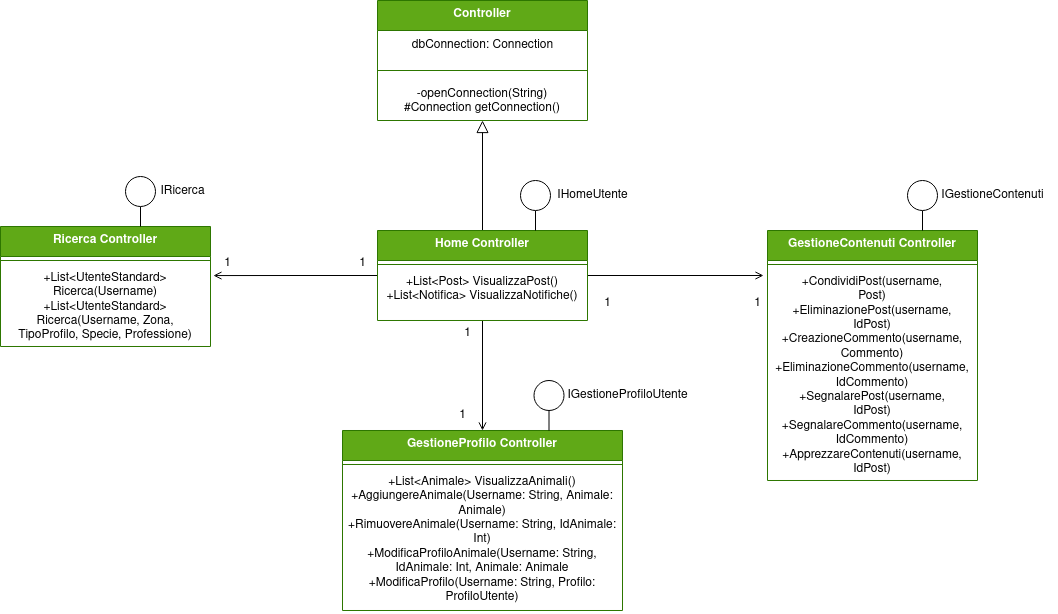
The draw.io diagram Controller-Estesi/GestioneUtente Dettaglio.drawio.png in Iannicc/Pet-Party, before a commit. Source tidied: cells renumbered, new cells last; positions are measured from the earlier drawing's top-left corner, leaving out a move shared by most shapes.
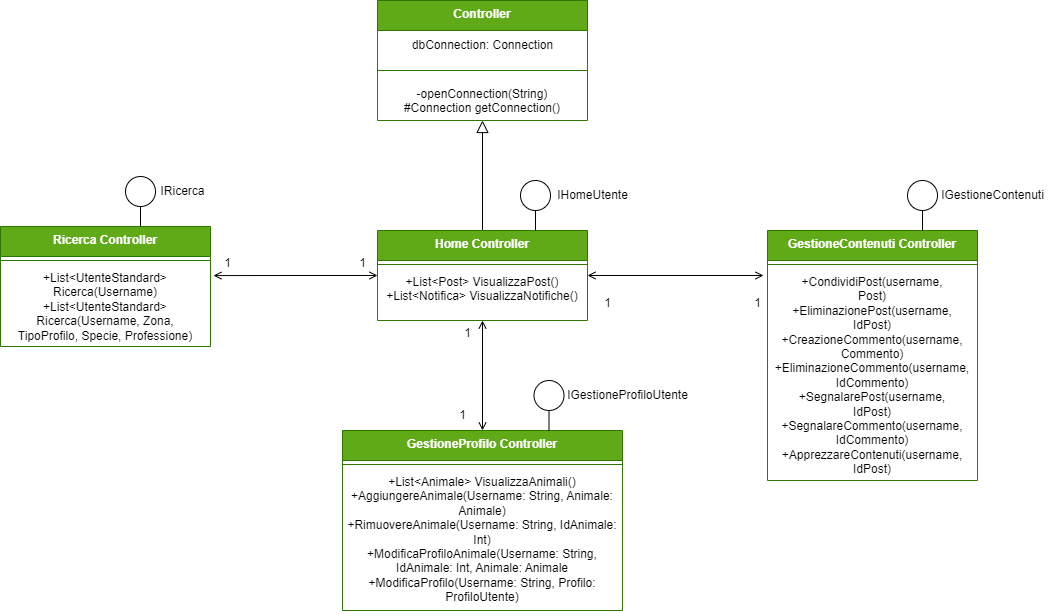
Later version of the same file.

Diff of the diagram source:
```diff
@@ -11,13 +11,13 @@
     <mxCell id="4" value="&lt;div&gt;+List&amp;lt;Animale&amp;gt; VisualizzaAnimali()&lt;br&gt;&lt;/div&gt;&lt;div&gt;+AggiungereAnimale(Username: String, Animale: Animale)&lt;/div&gt;&lt;div&gt;+RimuovereAnimale(Username: String, IdAnimale: Int)&lt;/div&gt;&lt;div&gt;+ModificaProfiloAnimale(Username: String, IdAnimale: Int, Animale: Animale&lt;br&gt;&lt;/div&gt;&lt;div&gt;+ModificaProfilo(Username: String, Profilo: ProfiloUtente)&lt;br&gt;&lt;/div&gt;" style="text;strokeColor=none;fillColor=none;align=center;verticalAlign=top;spacingLeft=4;spacingRight=4;overflow=hidden;whiteSpace=wrap;html=1;" parent="2" vertex="1">
       <mxGeometry y="38" width="280" height="142" as="geometry" />
     </mxCell>
-    <mxCell id="5" style="edgeStyle=orthogonalEdgeStyle;rounded=0;jettySize=auto;html=1;entryX=0.5;entryY=0;entryDx=0;entryDy=0;endArrow=open;endFill=0;" parent="1" edge="1" source="9" target="2">
+    <mxCell id="5" style="edgeStyle=orthogonalEdgeStyle;rounded=0;jettySize=auto;html=1;entryX=0.5;entryY=0;entryDx=0;entryDy=0;endArrow=open;endFill=0;startArrow=open;startFill=0;" parent="1" edge="1" source="9" target="2">
       <mxGeometry relative="1" as="geometry" />
     </mxCell>
-    <mxCell id="6" style="edgeStyle=orthogonalEdgeStyle;rounded=0;jettySize=auto;html=1;entryX=-0.019;entryY=0.033;entryDx=0;entryDy=0;entryPerimeter=0;endArrow=open;endFill=0;" parent="1" edge="1" source="9" target="17">
+    <mxCell id="6" style="edgeStyle=orthogonalEdgeStyle;rounded=0;jettySize=auto;html=1;entryX=-0.019;entryY=0.033;entryDx=0;entryDy=0;entryPerimeter=0;endArrow=open;endFill=0;startArrow=open;startFill=0;" parent="1" edge="1" source="9" target="17">
       <mxGeometry relative="1" as="geometry" />
     </mxCell>
-    <mxCell id="7" style="edgeStyle=orthogonalEdgeStyle;rounded=0;jettySize=auto;html=1;entryX=1.014;entryY=0.135;entryDx=0;entryDy=0;entryPerimeter=0;endArrow=open;endFill=0;" parent="1" edge="1" source="9" target="14">
+    <mxCell id="7" style="edgeStyle=orthogonalEdgeStyle;rounded=0;jettySize=auto;html=1;entryX=1.014;entryY=0.135;entryDx=0;entryDy=0;entryPerimeter=0;endArrow=open;endFill=0;startArrow=open;startFill=0;" parent="1" edge="1" source="9" target="14">
       <mxGeometry relative="1" as="geometry" />
     </mxCell>
     <mxCell id="8" style="edgeStyle=orthogonalEdgeStyle;rounded=0;jettySize=auto;html=1;entryX=0.5;entryY=1;entryDx=0;entryDy=0;endArrow=block;endFill=0;startSize=12;endSize=10;" parent="1" edge="1" source="9" target="18">
```
